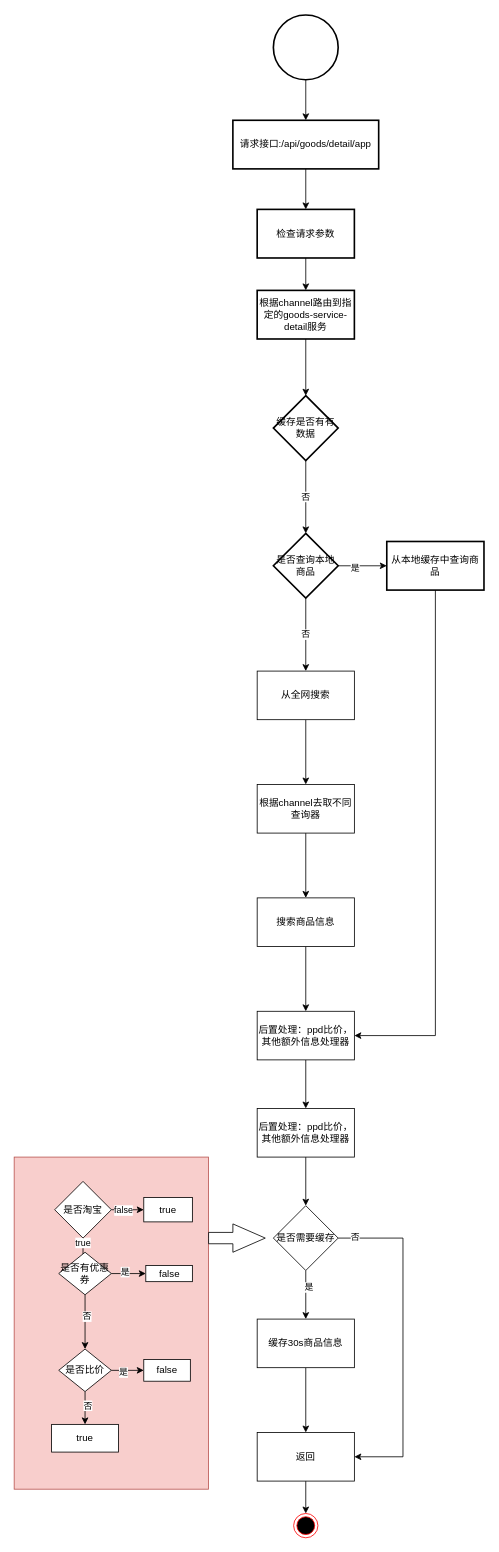
The draw.io diagram miyuan/商品详情.drawio in smallleaf/draw.io, before the edit. Source tidied: cells renumbered, new cells numbered last; positions are measured from the earlier drawing's top-left corner, leaving out a move shared by most shapes. Both pictures are drawn from the tidied source at 81%, with x=0, y=0 at pixel (14, 15).
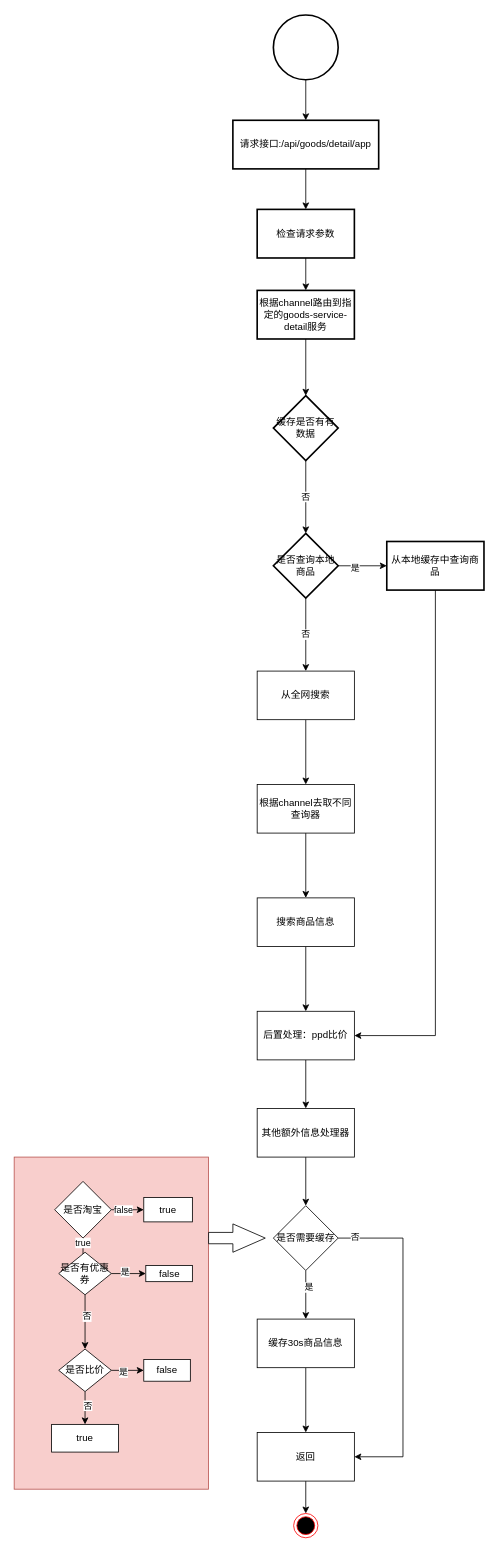
Above is the later version.

Commit message (it also covers changes not shown here):
更新商品详情.drawio

Diff of the diagram source:
```diff
@@
-    <mxCell id="25" value="后置处理：ppd比价，其他额外信息处理器" style="rounded=0;whiteSpace=wrap;html=1;" parent="1" vertex="1">
+    <mxCell id="25" value="后置处理：ppd比价" style="rounded=0;whiteSpace=wrap;html=1;" parent="1" vertex="1">
       <mxGeometry x="300" y="1230" width="120" height="60" as="geometry" />
     </mxCell>
@@
-    <mxCell id="27" value="后置处理：ppd比价，其他额外信息处理器" style="rounded=0;whiteSpace=wrap;html=1;" parent="1" vertex="1">
+    <mxCell id="27" value="其他额外信息处理器" style="rounded=0;whiteSpace=wrap;html=1;" parent="1" vertex="1">
       <mxGeometry x="300" y="1350" width="120" height="60" as="geometry" />
     </mxCell>
```
